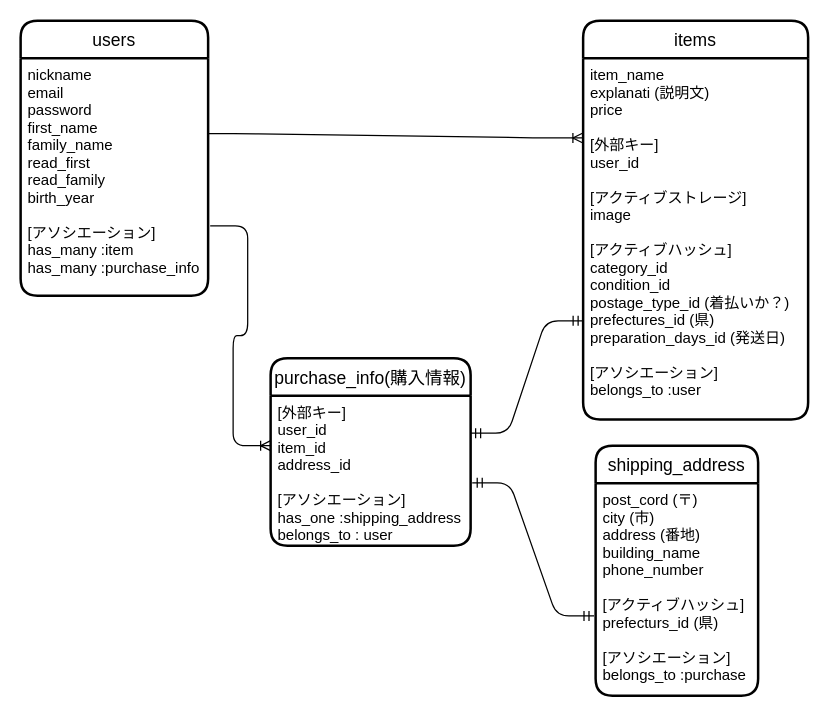
The draw.io diagram furima.dio in tydshun/furima-33491, before the edit. Source tidied: cells renumbered, new cells numbered last; positions are measured from the earlier drawing's top-left corner, leaving out a move shared by most shapes. Both pictures are drawn from the tidied source at 125%, with x=0, y=0 at pixel (20, 20).
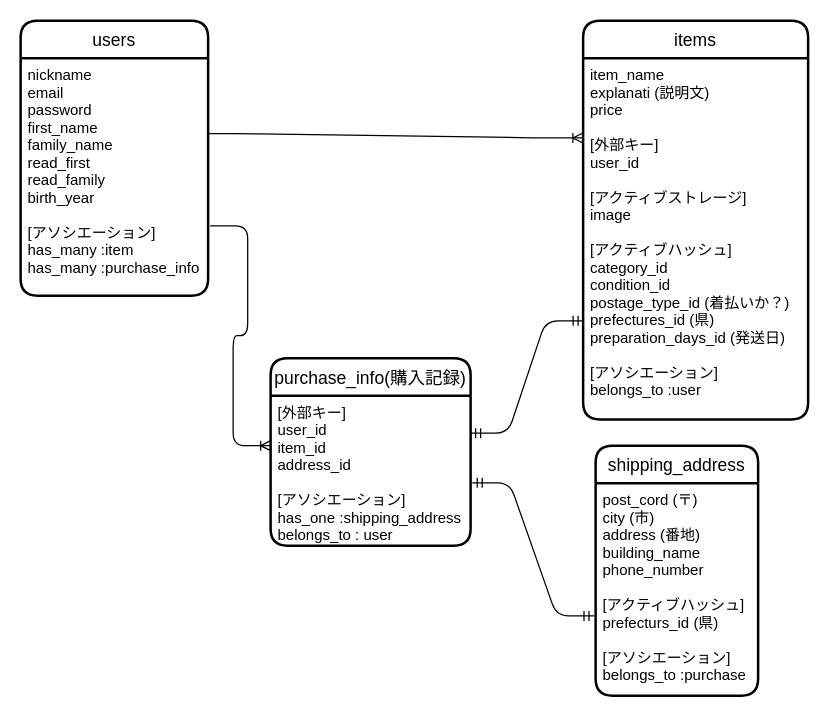
The same page after the edit.

What changed in the source:
```diff
@@
 <mxGraphModel>
   <root>
     <mxCell id="0" />
     <mxCell id="1" parent="0" />
     <mxCell id="2" value="users" style="swimlane;horizontal=1;startSize=30;rounded=1;fontSize=14;fontStyle=0;strokeWidth=2;shadow=0;dashed=0;align=center;" parent="1" vertex="1">
       <mxGeometry width="150" height="220" as="geometry" />
     </mxCell>
     <mxCell id="3" value="nickname&#10;email&#10;password&#10;first_name&#10;family_name&#10;read_first&#10;read_family&#10;birth_year&#10;&#10;[アソシエーション]&#10;has_many :item&#10;has_many :purchase_info&#10;&#10;" style="align=left;strokeColor=none;fillColor=none;spacingLeft=4;fontSize=12;verticalAlign=top;" parent="2" vertex="1">
       <mxGeometry y="30" width="150" height="190" as="geometry" />
     </mxCell>
     <mxCell id="4" style="edgeStyle=orthogonalEdgeStyle;rounded=0;orthogonalLoop=1;jettySize=auto;html=1;exitX=0.5;exitY=1;exitDx=0;exitDy=0;" parent="2" edge="1" source="3" target="3">
       <mxGeometry relative="1" as="geometry" />
     </mxCell>
     <mxCell id="5" value="items" style="swimlane;horizontal=1;startSize=30;rounded=1;fontSize=14;fontStyle=0;strokeWidth=2;shadow=0;dashed=0;align=center;" parent="1" vertex="1">
       <mxGeometry x="450" width="180" height="319" as="geometry" />
     </mxCell>
     <mxCell id="6" value="item_name&#10;explanati (説明文)&#10;price&#10;&#10;[外部キー]&#10;user_id&#10;&#10;[アクティブストレージ]&#10;image&#10;&#10;[アクティブハッシュ]&#10;category_id&#10;condition_id&#10;postage_type_id (着払いか？)&#10;prefectures_id (県)&#10;preparation_days_id (発送日)&#10;&#10;[アソシエーション]&#10;belongs_to :user&#10;&#10;&#10;&#10;&#10;" style="align=left;strokeColor=none;fillColor=none;spacingLeft=4;fontSize=12;verticalAlign=top;" parent="5" vertex="1">
       <mxGeometry y="30" width="180" height="289" as="geometry" />
     </mxCell>
     <mxCell id="7" value="shipping_address" style="swimlane;horizontal=1;startSize=30;rounded=1;fontSize=14;fontStyle=0;strokeWidth=2;shadow=0;dashed=0;align=center;" parent="1" vertex="1">
       <mxGeometry x="460" y="340" width="130" height="200" as="geometry" />
     </mxCell>
     <mxCell id="8" value="post_cord (〒)&#10;city (市)&#10;address (番地)&#10;building_name&#10;phone_number&#10;&#10;[アクティブハッシュ]&#10;prefecturs_id (県)&#10;&#10;[アソシエーション]&#10;belongs_to :purchase" style="align=left;strokeColor=none;fillColor=none;spacingLeft=4;fontSize=12;verticalAlign=top;" parent="7" vertex="1">
       <mxGeometry y="30" width="130" height="170" as="geometry" />
     </mxCell>
-    <mxCell id="9" value="purchase_info(購入情報)" style="swimlane;horizontal=1;startSize=30;rounded=1;fontSize=14;fontStyle=0;strokeWidth=2;shadow=0;dashed=0;align=center;" parent="1" vertex="1">
+    <mxCell id="9" value="purchase_info(購入記録)" style="swimlane;horizontal=1;startSize=30;rounded=1;fontSize=14;fontStyle=0;strokeWidth=2;shadow=0;dashed=0;align=center;" parent="1" vertex="1">
       <mxGeometry x="200" y="270" width="160" height="150" as="geometry" />
     </mxCell>
     <mxCell id="10" value="[外部キー]&#10;user_id&#10;item_id&#10;address_id&#10;&#10;[アソシエーション]&#10;has_one :shipping_address&#10;belongs_to : user" style="align=left;strokeColor=none;fillColor=none;spacingLeft=4;fontSize=12;verticalAlign=top;" parent="9" vertex="1">
       <mxGeometry y="30" width="160" height="120" as="geometry" />
     </mxCell>
     <mxCell id="11" style="edgeStyle=entityRelationEdgeStyle;fontSize=12;html=1;endArrow=ERoneToMany;exitX=1.002;exitY=0.318;exitDx=0;exitDy=0;exitPerimeter=0;entryX=-0.001;entryY=0.221;entryDx=0;entryDy=0;entryPerimeter=0;" parent="1" edge="1" source="3" target="6">
       <mxGeometry relative="1" as="geometry" />
     </mxCell>
     <mxCell id="12" style="edgeStyle=entityRelationEdgeStyle;fontSize=12;html=1;endArrow=ERmandOne;startArrow=ERmandOne;entryX=0;entryY=0.727;entryDx=0;entryDy=0;entryPerimeter=0;exitX=1;exitY=0.25;exitDx=0;exitDy=0;" parent="1" edge="1" source="10" target="6">
       <mxGeometry relative="1" as="geometry" />
     </mxCell>
     <mxCell id="13" style="edgeStyle=entityRelationEdgeStyle;fontSize=12;html=1;endArrow=ERmandOne;startArrow=ERmandOne;entryX=-0.01;entryY=0.625;entryDx=0;entryDy=0;entryPerimeter=0;exitX=1.008;exitY=0.581;exitDx=0;exitDy=0;exitPerimeter=0;" parent="1" edge="1" source="10" target="8">
       <mxGeometry relative="1" as="geometry" />
     </mxCell>
     <mxCell id="14" style="edgeStyle=entityRelationEdgeStyle;fontSize=12;html=1;endArrow=ERoneToMany;exitX=1.011;exitY=0.706;exitDx=0;exitDy=0;exitPerimeter=0;" parent="1" edge="1" source="3">
       <mxGeometry relative="1" as="geometry">
         <mxPoint x="200" y="340" as="targetPoint" />
       </mxGeometry>
     </mxCell>
   </root>
 </mxGraphModel>
```
